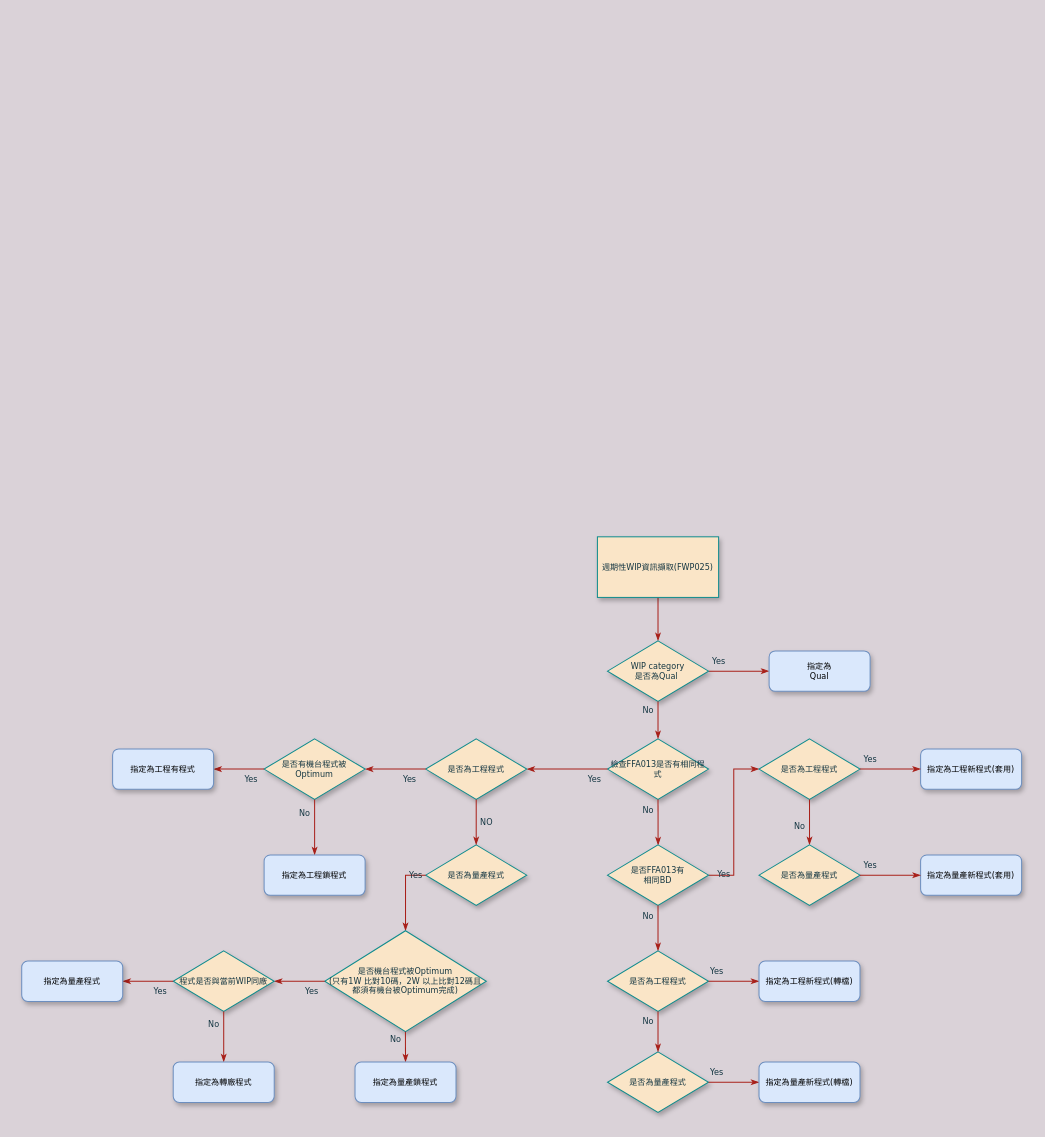
min86615/minmin keeps this draw.io diagram as LotCategoryLogic_test.drawio. Above is the earlier version. Source tidied: cells renumbered, new cells numbered last; positions are measured from the earlier drawing's top-left corner, leaving out a move shared by most shapes. Both pictures are drawn from the tidied source at 101%, with x=0, y=0 at pixel (21, 536). Pictures stored in the file or linked from it are replaced by grey dashed boxes.
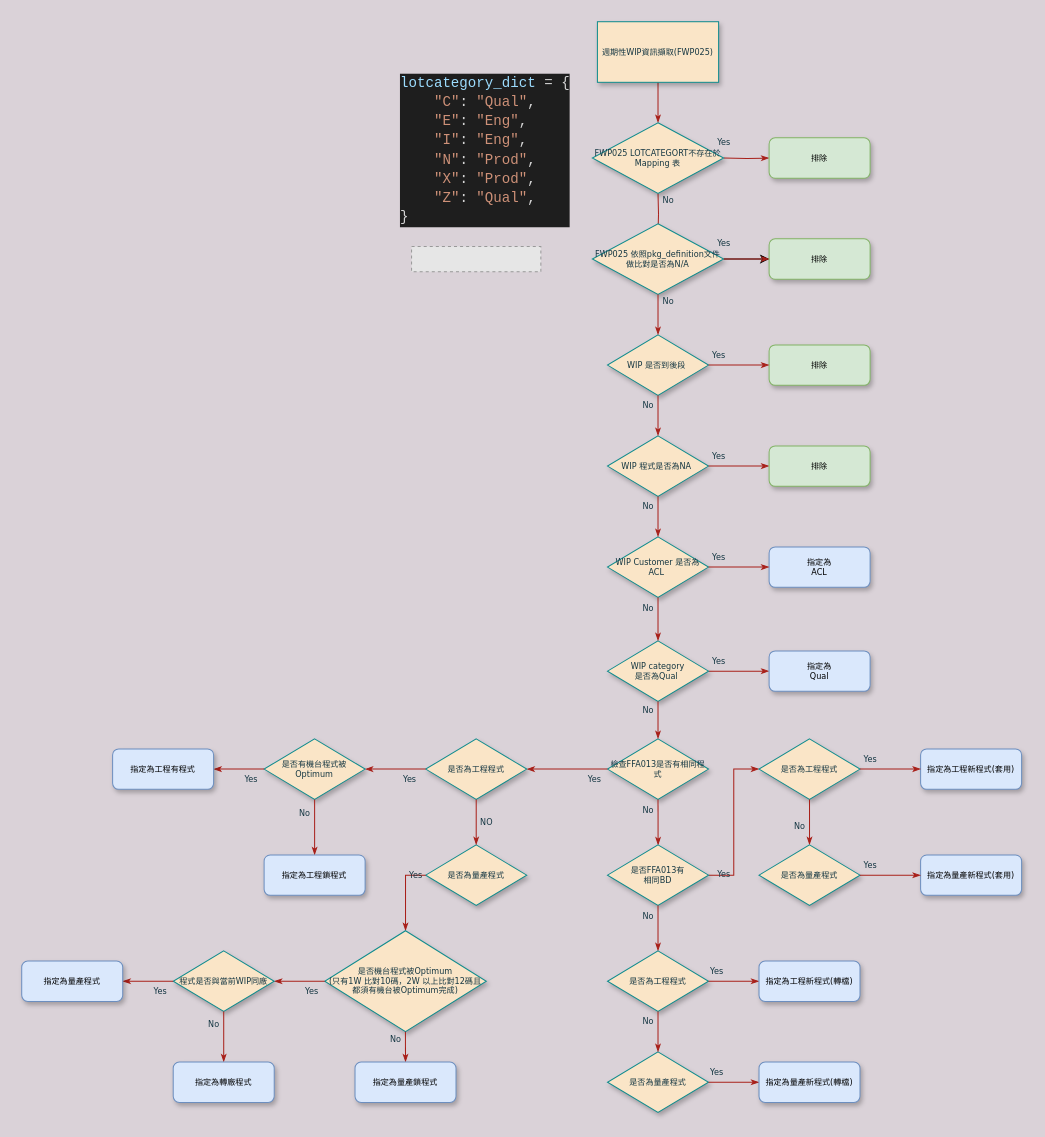
The same diagram, later.

Unchanged cells that the change refers to:
```xml
<mxCell id="6" value="WIP category&lt;br&gt;是否為Qual&amp;nbsp;" style="rhombus;whiteSpace=wrap;html=1;rounded=0;shadow=1;labelBackgroundColor=none;strokeWidth=1;fontFamily=Verdana;fontSize=8;align=center;fillColor=#FAE5C7;strokeColor=#0F8B8D;fontColor=#143642;" parent="1" vertex="1">
  <mxGeometry x="580" y="103" width="100" height="60" as="geometry" />
</mxCell>
```

The edit, as a diff of the source:
```diff
@@
-    <mxCell id="2" style="edgeStyle=orthogonalEdgeStyle;rounded=0;html=1;labelBackgroundColor=none;startSize=5;endArrow=classicThin;endFill=1;endSize=5;jettySize=auto;strokeWidth=1;fontFamily=Verdana;fontSize=8;strokeColor=#A8201A;fontColor=#143642;entryX=0.5;entryY=0;entryDx=0;entryDy=0;" parent="1" edge="1" source="3" target="6">
-      <mxGeometry relative="1" as="geometry" />
+    <mxCell id="2" style="edgeStyle=orthogonalEdgeStyle;rounded=0;html=1;labelBackgroundColor=none;startSize=5;endArrow=classicThin;endFill=1;endSize=5;jettySize=auto;strokeWidth=1;fontFamily=Verdana;fontSize=8;strokeColor=#A8201A;fontColor=#143642;entryX=0.5;entryY=0;entryDx=0;entryDy=0;" parent="1" edge="1" source="3">
+      <mxGeometry relative="1" as="geometry">
+        <mxPoint x="630" y="-410" as="targetPoint" />
+      </mxGeometry>
     </mxCell>
     <mxCell id="3" value="週期性WIP資訊擷取(FWP025)" style="rounded=0;whiteSpace=wrap;html=1;shadow=1;labelBackgroundColor=none;strokeWidth=1;fontFamily=Verdana;fontSize=8;align=center;fillColor=#FAE5C7;strokeColor=#0F8B8D;fontColor=#143642;" parent="1" vertex="1">
-      <mxGeometry x="570" width="120" height="60" as="geometry" />
+      <mxGeometry x="570" y="-510" width="120" height="60" as="geometry" />
     </mxCell>
@@
+    <mxCell id="47" value="WIP 是否到後段&amp;nbsp;" style="rhombus;whiteSpace=wrap;html=1;rounded=0;shadow=1;labelBackgroundColor=none;strokeWidth=1;fontFamily=Verdana;fontSize=8;align=center;fillColor=#FAE5C7;strokeColor=#0F8B8D;fontColor=#143642;" parent="1" vertex="1">
+      <mxGeometry x="580" y="-200" width="100" height="60" as="geometry" />
+    </mxCell>
+    <mxCell id="48" value="WIP Customer 是否為 ACL&amp;nbsp;" style="rhombus;whiteSpace=wrap;html=1;rounded=0;shadow=1;labelBackgroundColor=none;strokeWidth=1;fontFamily=Verdana;fontSize=8;align=center;fillColor=#FAE5C7;strokeColor=#0F8B8D;fontColor=#143642;" parent="1" vertex="1">
+      <mxGeometry x="580" width="100" height="60" as="geometry" />
+    </mxCell>
+    <mxCell id="49" value="No" style="edgeStyle=orthogonalEdgeStyle;rounded=0;html=1;labelBackgroundColor=none;startSize=5;endArrow=classicThin;endFill=1;endSize=5;jettySize=auto;strokeWidth=1;fontFamily=Verdana;fontSize=8;strokeColor=#A8201A;fontColor=#143642;entryX=0.5;entryY=0;entryDx=0;entryDy=0;exitX=0.5;exitY=1;exitDx=0;exitDy=0;" parent="1" edge="1" source="48" target="6">
+      <mxGeometry x="-0.5" y="-10" relative="1" as="geometry" />
+    </mxCell>
+    <mxCell id="50" value="指定為&lt;br&gt;ACL" style="rounded=1;whiteSpace=wrap;html=1;shadow=1;labelBackgroundColor=none;strokeWidth=1;fontFamily=Verdana;fontSize=8;align=center;fillColor=#dae8fc;strokeColor=#6c8ebf;" parent="1" vertex="1">
+      <mxGeometry x="740" y="10" width="100" height="40" as="geometry" />
+    </mxCell>
+    <mxCell id="51" value="Yes" style="edgeStyle=orthogonalEdgeStyle;rounded=0;html=1;labelBackgroundColor=none;startSize=5;endArrow=classicThin;endFill=1;endSize=5;jettySize=auto;strokeWidth=1;fontFamily=Verdana;fontSize=8;strokeColor=#A8201A;fontColor=#143642;exitX=1;exitY=0.5;exitDx=0;exitDy=0;entryX=0;entryY=0.5;entryDx=0;entryDy=0;" parent="1" edge="1" source="48" target="50">
+      <mxGeometry x="-0.67" y="10" relative="1" as="geometry" />
+    </mxCell>
+    <mxCell id="52" value="排除" style="rounded=1;whiteSpace=wrap;html=1;shadow=1;labelBackgroundColor=none;strokeWidth=1;fontFamily=Verdana;fontSize=8;align=center;fillColor=#d5e8d4;strokeColor=#82b366;" parent="1" vertex="1">
+      <mxGeometry x="740" y="-190" width="100" height="40" as="geometry" />
+    </mxCell>
+    <mxCell id="53" value="Yes" style="edgeStyle=orthogonalEdgeStyle;rounded=0;html=1;labelBackgroundColor=none;startSize=5;endArrow=classicThin;endFill=1;endSize=5;jettySize=auto;strokeWidth=1;fontFamily=Verdana;fontSize=8;strokeColor=#A8201A;fontColor=#143642;exitX=1;exitY=0.5;exitDx=0;exitDy=0;entryX=0;entryY=0.5;entryDx=0;entryDy=0;" parent="1" edge="1" source="47" target="52">
+      <mxGeometry x="-0.67" y="10" relative="1" as="geometry" />
+    </mxCell>
+    <mxCell id="54" value="WIP 程式是否為NA&amp;nbsp;" style="rhombus;whiteSpace=wrap;html=1;rounded=0;shadow=1;labelBackgroundColor=none;strokeWidth=1;fontFamily=Verdana;fontSize=8;align=center;fillColor=#FAE5C7;strokeColor=#0F8B8D;fontColor=#143642;" parent="1" vertex="1">
+      <mxGeometry x="580" y="-100" width="100" height="60" as="geometry" />
+    </mxCell>
+    <mxCell id="55" value="No" style="edgeStyle=orthogonalEdgeStyle;rounded=0;html=1;labelBackgroundColor=none;startSize=5;endArrow=classicThin;endFill=1;endSize=5;jettySize=auto;strokeWidth=1;fontFamily=Verdana;fontSize=8;strokeColor=#A8201A;fontColor=#143642;exitX=0.5;exitY=1;exitDx=0;exitDy=0;entryX=0.5;entryY=0;entryDx=0;entryDy=0;" parent="1" edge="1" source="54" target="48">
+      <mxGeometry x="-0.5" y="-10" relative="1" as="geometry" />
+    </mxCell>
+    <mxCell id="56" value="No" style="edgeStyle=orthogonalEdgeStyle;rounded=0;html=1;labelBackgroundColor=none;startSize=5;endArrow=classicThin;endFill=1;endSize=5;jettySize=auto;strokeWidth=1;fontFamily=Verdana;fontSize=8;strokeColor=#A8201A;fontColor=#143642;exitX=0.5;exitY=1;exitDx=0;exitDy=0;entryX=0.5;entryY=0;entryDx=0;entryDy=0;" parent="1" edge="1" source="47" target="54">
+      <mxGeometry x="-0.5" y="-10" relative="1" as="geometry" />
+    </mxCell>
+    <mxCell id="57" value="Yes" style="edgeStyle=orthogonalEdgeStyle;rounded=0;html=1;labelBackgroundColor=none;startSize=5;endArrow=classicThin;endFill=1;endSize=5;jettySize=auto;strokeWidth=1;fontFamily=Verdana;fontSize=8;strokeColor=#A8201A;fontColor=#143642;exitX=1;exitY=0.5;exitDx=0;exitDy=0;entryX=0;entryY=0.5;entryDx=0;entryDy=0;" parent="1" edge="1" source="54" target="58">
+      <mxGeometry x="-0.67" y="10" relative="1" as="geometry" />
+    </mxCell>
+    <mxCell id="58" value="排除" style="rounded=1;whiteSpace=wrap;html=1;shadow=1;labelBackgroundColor=none;strokeWidth=1;fontFamily=Verdana;fontSize=8;align=center;fillColor=#d5e8d4;strokeColor=#82b366;" parent="1" vertex="1">
+      <mxGeometry x="740" y="-90" width="100" height="40" as="geometry" />
+    </mxCell>
+    <mxCell id="59" value="&lt;div style=&quot;color: rgb(212, 212, 212); background-color: rgb(30, 30, 30); font-family: consolas, &amp;quot;courier new&amp;quot;, monospace; font-weight: normal; font-size: 14px; line-height: 19px;&quot;&gt;&lt;div&gt;&lt;span style=&quot;color: #9cdcfe&quot;&gt;lotcategory_dict&lt;/span&gt;&lt;span style=&quot;color: #d4d4d4&quot;&gt;&amp;nbsp;=&amp;nbsp;{&lt;/span&gt;&lt;/div&gt;&lt;div&gt;&lt;span style=&quot;color: #d4d4d4&quot;&gt;&amp;nbsp;&amp;nbsp;&amp;nbsp;&amp;nbsp;&lt;/span&gt;&lt;span style=&quot;color: #ce9178&quot;&gt;&quot;C&quot;&lt;/span&gt;&lt;span style=&quot;color: #d4d4d4&quot;&gt;:&amp;nbsp;&lt;/span&gt;&lt;span style=&quot;color: #ce9178&quot;&gt;&quot;Qual&quot;&lt;/span&gt;&lt;span style=&quot;color: #d4d4d4&quot;&gt;,&lt;/span&gt;&lt;/div&gt;&lt;div&gt;&lt;span style=&quot;color: #d4d4d4&quot;&gt;&amp;nbsp;&amp;nbsp;&amp;nbsp;&amp;nbsp;&lt;/span&gt;&lt;span style=&quot;color: #ce9178&quot;&gt;&quot;E&quot;&lt;/span&gt;&lt;span style=&quot;color: #d4d4d4&quot;&gt;:&amp;nbsp;&lt;/span&gt;&lt;span style=&quot;color: #ce9178&quot;&gt;&quot;Eng&quot;&lt;/span&gt;&lt;span style=&quot;color: #d4d4d4&quot;&gt;,&lt;/span&gt;&lt;/div&gt;&lt;div&gt;&lt;span style=&quot;color: #d4d4d4&quot;&gt;&amp;nbsp;&amp;nbsp;&amp;nbsp;&amp;nbsp;&lt;/span&gt;&lt;span style=&quot;color: #ce9178&quot;&gt;&quot;I&quot;&lt;/span&gt;&lt;span style=&quot;color: #d4d4d4&quot;&gt;:&amp;nbsp;&lt;/span&gt;&lt;span style=&quot;color: #ce9178&quot;&gt;&quot;Eng&quot;&lt;/span&gt;&lt;span style=&quot;color: #d4d4d4&quot;&gt;,&lt;/span&gt;&lt;/div&gt;&lt;div&gt;&lt;span style=&quot;color: #d4d4d4&quot;&gt;&amp;nbsp;&amp;nbsp;&amp;nbsp;&amp;nbsp;&lt;/span&gt;&lt;span style=&quot;color: #ce9178&quot;&gt;&quot;N&quot;&lt;/span&gt;&lt;span style=&quot;color: #d4d4d4&quot;&gt;:&amp;nbsp;&lt;/span&gt;&lt;span style=&quot;color: #ce9178&quot;&gt;&quot;Prod&quot;&lt;/span&gt;&lt;span style=&quot;color: #d4d4d4&quot;&gt;,&lt;/span&gt;&lt;/div&gt;&lt;div&gt;&lt;span style=&quot;color: #d4d4d4&quot;&gt;&amp;nbsp;&amp;nbsp;&amp;nbsp;&amp;nbsp;&lt;/span&gt;&lt;span style=&quot;color: #ce9178&quot;&gt;&quot;X&quot;&lt;/span&gt;&lt;span style=&quot;color: #d4d4d4&quot;&gt;:&amp;nbsp;&lt;/span&gt;&lt;span style=&quot;color: #ce9178&quot;&gt;&quot;Prod&quot;&lt;/span&gt;&lt;span style=&quot;color: #d4d4d4&quot;&gt;,&lt;/span&gt;&lt;/div&gt;&lt;div&gt;&lt;span style=&quot;color: #d4d4d4&quot;&gt;&amp;nbsp;&amp;nbsp;&amp;nbsp;&amp;nbsp;&lt;/span&gt;&lt;span style=&quot;color: #ce9178&quot;&gt;&quot;Z&quot;&lt;/span&gt;&lt;span style=&quot;color: #d4d4d4&quot;&gt;:&amp;nbsp;&lt;/span&gt;&lt;span style=&quot;color: #ce9178&quot;&gt;&quot;Qual&quot;&lt;/span&gt;&lt;span style=&quot;color: #d4d4d4&quot;&gt;,&lt;/span&gt;&lt;/div&gt;&lt;div&gt;&lt;span style=&quot;color: #d4d4d4&quot;&gt;}&amp;nbsp;&lt;/span&gt;&lt;/div&gt;&lt;/div&gt;" style="text;whiteSpace=wrap;html=1;" parent="1" vertex="1">
+      <mxGeometry x="373" y="-465" width="154" height="155" as="geometry" />
+    </mxCell>
+    <mxCell id="60" value="No" style="edgeStyle=orthogonalEdgeStyle;rounded=0;html=1;labelBackgroundColor=none;startSize=5;endArrow=classicThin;endFill=1;endSize=5;jettySize=auto;orthogonalLoop=1;strokeWidth=1;fontFamily=Verdana;fontSize=8;strokeColor=#A8201A;fontColor=#143642;exitX=0.5;exitY=1;exitDx=0;exitDy=0;" parent="1" edge="1">
+      <mxGeometry x="-0.67" y="10" relative="1" as="geometry">
+        <mxPoint x="630" y="-340" as="sourcePoint" />
+        <mxPoint x="630" y="-300" as="targetPoint" />
+      </mxGeometry>
+    </mxCell>
+    <mxCell id="61" value="Yes" style="edgeStyle=orthogonalEdgeStyle;rounded=0;html=1;labelBackgroundColor=none;startSize=5;endArrow=classicThin;endFill=1;endSize=5;jettySize=auto;strokeWidth=1;fontFamily=Verdana;fontSize=8;strokeColor=#A8201A;fontColor=#143642;exitX=1;exitY=0.5;exitDx=0;exitDy=0;entryX=0;entryY=0.5;entryDx=0;entryDy=0;" parent="1" edge="1" target="62">
+      <mxGeometry x="-1" y="15" relative="1" as="geometry">
+        <mxPoint x="695" y="-375" as="sourcePoint" />
+      </mxGeometry>
+    </mxCell>
+    <mxCell id="62" value="排除" style="rounded=1;whiteSpace=wrap;html=1;shadow=1;labelBackgroundColor=none;strokeWidth=1;fontFamily=Verdana;fontSize=8;align=center;fillColor=#d5e8d4;strokeColor=#82b366;" parent="1" vertex="1">
+      <mxGeometry x="740" y="-395" width="100" height="40" as="geometry" />
+    </mxCell>
+    <mxCell id="63" style="edgeStyle=orthogonalEdgeStyle;rounded=0;jettySize=auto;html=1;" parent="1" edge="1" source="64" target="65">
+      <mxGeometry relative="1" as="geometry" />
+    </mxCell>
+    <mxCell id="64" value="FWP025 依照pkg_definition文件做比對是否為N/A" style="rhombus;whiteSpace=wrap;html=1;rounded=0;shadow=1;labelBackgroundColor=none;strokeWidth=1;fontFamily=Verdana;fontSize=8;align=center;fillColor=#FAE5C7;strokeColor=#0F8B8D;fontColor=#143642;" parent="1" vertex="1">
+      <mxGeometry x="565" y="-310" width="130" height="70" as="geometry" />
+    </mxCell>
+    <mxCell id="65" value="排除" style="rounded=1;whiteSpace=wrap;html=1;shadow=1;labelBackgroundColor=none;strokeWidth=1;fontFamily=Verdana;fontSize=8;align=center;fillColor=#d5e8d4;strokeColor=#82b366;" parent="1" vertex="1">
+      <mxGeometry x="740" y="-295" width="100" height="40" as="geometry" />
+    </mxCell>
+    <mxCell id="66" value="FWP025 LOTCATEGORT不存在於Mapping 表" style="rhombus;whiteSpace=wrap;html=1;rounded=0;shadow=1;labelBackgroundColor=none;strokeWidth=1;fontFamily=Verdana;fontSize=8;align=center;fillColor=#FAE5C7;strokeColor=#0F8B8D;fontColor=#143642;" parent="1" vertex="1">
+      <mxGeometry x="565" y="-410" width="130" height="70" as="geometry" />
+    </mxCell>
+    <mxCell id="67" value="Yes" style="edgeStyle=orthogonalEdgeStyle;rounded=0;html=1;labelBackgroundColor=none;startSize=5;endArrow=classicThin;endFill=1;endSize=5;jettySize=auto;strokeWidth=1;fontFamily=Verdana;fontSize=8;strokeColor=#A8201A;fontColor=#143642;exitX=1;exitY=0.5;exitDx=0;exitDy=0;entryX=0;entryY=0.5;entryDx=0;entryDy=0;" parent="1" edge="1" source="64" target="65">
+      <mxGeometry x="-1" y="15" relative="1" as="geometry" />
+    </mxCell>
+    <mxCell id="68" value="No" style="edgeStyle=orthogonalEdgeStyle;rounded=0;html=1;labelBackgroundColor=none;startSize=5;endArrow=classicThin;endFill=1;endSize=5;jettySize=auto;strokeWidth=1;fontFamily=Verdana;fontSize=8;strokeColor=#A8201A;fontColor=#143642;exitX=0.5;exitY=1;exitDx=0;exitDy=0;entryX=0.5;entryY=0;entryDx=0;entryDy=0;" parent="1" edge="1" source="64" target="47">
+      <mxGeometry x="-0.67" y="10" relative="1" as="geometry" />
+    </mxCell>
+    <mxCell id="69" style="fillColor=#E6E6E6;strokeColor=#999999;dashed=1;verticalLabelPosition=bottom;labelBackgroundColor=#ffffff;verticalAlign=top;" parent="1" vertex="1">
+      <mxGeometry x="386" y="-287.5" width="128" height="25" as="geometry" />
+    </mxCell>
```
